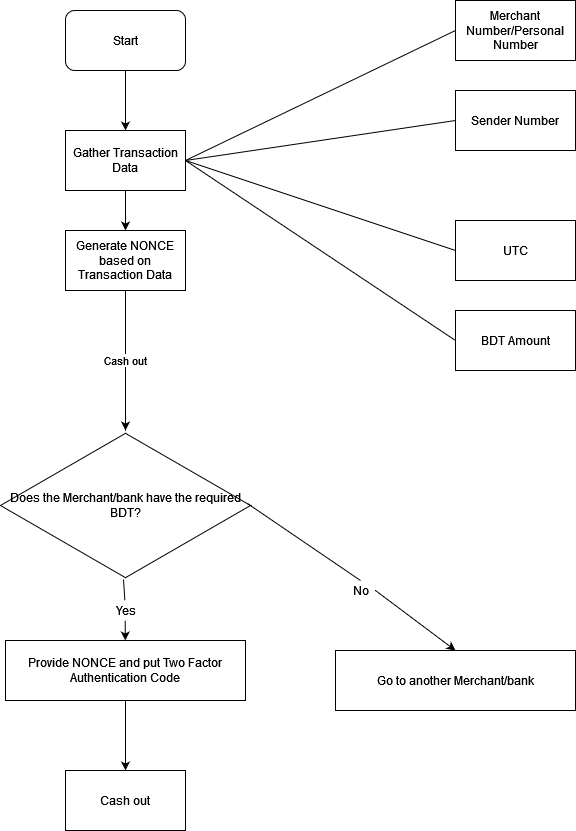
Above: Untitled Diagram.drawio.png in showrav-ansary/SnowBlock (draw.io), before the change. Source tidied: cells renumbered, new cells last; positions are measured from the earlier drawing's top-left corner, leaving out a move shared by most shapes.
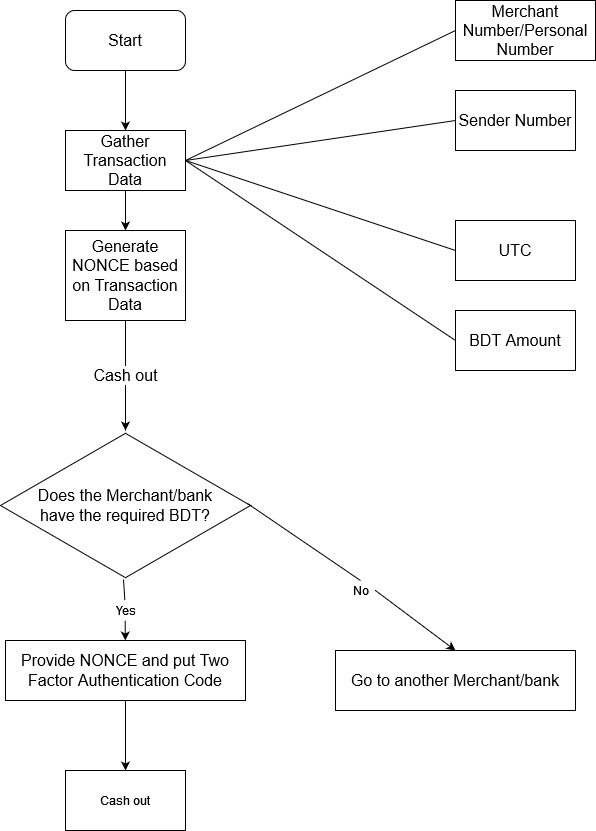
The same file after the commit.

What changed in the source:
```diff
@@ -2,22 +2,22 @@
   <root>
     <mxCell id="0" />
     <mxCell id="1" parent="0" />
-    <mxCell id="2" value="Start" style="rounded=1;whiteSpace=wrap;html=1;" parent="1" vertex="1">
+    <mxCell id="2" value="&lt;font style=&quot;font-size: 16px&quot;&gt;Start&lt;/font&gt;" style="rounded=1;whiteSpace=wrap;html=1;" parent="1" vertex="1">
       <mxGeometry x="65" y="10" width="120" height="60" as="geometry" />
     </mxCell>
-    <mxCell id="3" value="&lt;div&gt;Generate NONCE based on Transaction Data&lt;br&gt;&lt;/div&gt;" style="rounded=0;whiteSpace=wrap;html=1;" parent="1" vertex="1">
-      <mxGeometry x="65" y="230" width="120" height="60" as="geometry" />
+    <mxCell id="3" value="&lt;div style=&quot;font-size: 16px&quot;&gt;Generate NONCE based on Transaction Data&lt;br&gt;&lt;/div&gt;" style="rounded=0;whiteSpace=wrap;html=1;" parent="1" vertex="1">
+      <mxGeometry x="65" y="230" width="120" height="90" as="geometry" />
     </mxCell>
-    <mxCell id="4" value="Merchant Number/Personal Number" style="rounded=0;whiteSpace=wrap;html=1;" parent="1" vertex="1">
-      <mxGeometry x="455" width="120" height="60" as="geometry" />
+    <mxCell id="4" value="&lt;font style=&quot;font-size: 16px&quot;&gt;Merchant Number/Personal Number&lt;/font&gt;" style="rounded=0;whiteSpace=wrap;html=1;" parent="1" vertex="1">
+      <mxGeometry x="455" width="140" height="60" as="geometry" />
     </mxCell>
-    <mxCell id="5" value="Sender Number" style="rounded=0;whiteSpace=wrap;html=1;" parent="1" vertex="1">
+    <mxCell id="5" value="&lt;font style=&quot;font-size: 16px&quot;&gt;Sender Number&lt;/font&gt;" style="rounded=0;whiteSpace=wrap;html=1;" parent="1" vertex="1">
       <mxGeometry x="455" y="90" width="120" height="60" as="geometry" />
     </mxCell>
-    <mxCell id="6" value="BDT Amount" style="rounded=0;whiteSpace=wrap;html=1;" parent="1" vertex="1">
+    <mxCell id="6" value="&lt;font style=&quot;font-size: 16px&quot;&gt;BDT Amount&lt;/font&gt;" style="rounded=0;whiteSpace=wrap;html=1;" parent="1" vertex="1">
       <mxGeometry x="455" y="310" width="120" height="60" as="geometry" />
     </mxCell>
-    <mxCell id="7" value="Gather Transaction Data" style="rounded=0;whiteSpace=wrap;html=1;" parent="1" vertex="1">
+    <mxCell id="7" value="&lt;font style=&quot;font-size: 16px&quot;&gt;Gather Transaction Data&lt;/font&gt;" style="rounded=0;whiteSpace=wrap;html=1;" parent="1" vertex="1">
       <mxGeometry x="65" y="130" width="120" height="60" as="geometry" />
     </mxCell>
     <mxCell id="8" style="endArrow=none;html=1;rounded=0;exitX=1;exitY=0.5;exitDx=0;exitDy=0;entryX=0;entryY=0.5;entryDx=0;entryDy=0;" parent="1" edge="1" source="7" target="5">
@@ -35,13 +35,13 @@
     <mxCell id="12" style="endArrow=classic;html=1;rounded=0;exitX=0.5;exitY=1;exitDx=0;exitDy=0;entryX=0.5;entryY=0;entryDx=0;entryDy=0;" parent="1" edge="1" source="7" target="3">
       <mxGeometry relative="1" as="geometry" />
     </mxCell>
-    <mxCell id="13" value="Does the Merchant/bank have the required BDT?" style="html=1;whiteSpace=wrap;shape=isoRectangle;" parent="1" vertex="1">
+    <mxCell id="13" value="&lt;div style=&quot;font-size: 16px&quot;&gt;&lt;font style=&quot;font-size: 16px&quot;&gt;Does the Merchant/bank &lt;br&gt;&lt;/font&gt;&lt;/div&gt;&lt;div style=&quot;font-size: 16px&quot;&gt;&lt;font style=&quot;font-size: 16px&quot;&gt;have the required BDT?&lt;/font&gt;&lt;/div&gt;" style="html=1;whiteSpace=wrap;shape=isoRectangle;" parent="1" vertex="1">
       <mxGeometry y="430" width="250" height="150" as="geometry" />
     </mxCell>
-    <mxCell id="14" value="Go to another Merchant/bank" style="rounded=0;whiteSpace=wrap;html=1;" parent="1" vertex="1">
+    <mxCell id="14" value="&lt;font style=&quot;font-size: 16px&quot;&gt;Go to another Merchant/bank&lt;/font&gt;" style="rounded=0;whiteSpace=wrap;html=1;" parent="1" vertex="1">
       <mxGeometry x="335" y="650" width="240" height="60" as="geometry" />
     </mxCell>
-    <mxCell id="15" value="Provide NONCE and put Two Factor Authentication Code" style="rounded=0;whiteSpace=wrap;html=1;" parent="1" vertex="1">
+    <mxCell id="15" value="&lt;font style=&quot;font-size: 16px&quot;&gt;Provide NONCE and put Two Factor Authentication Code&lt;/font&gt;" style="rounded=0;whiteSpace=wrap;html=1;" parent="1" vertex="1">
       <mxGeometry x="5" y="640" width="240" height="60" as="geometry" />
     </mxCell>
     <mxCell id="16" style="endArrow=classic;html=1;rounded=0;exitX=0.492;exitY=0.993;exitDx=0;exitDy=0;exitPerimeter=0;startArrow=none;" parent="1" edge="1" source="22" target="15">
@@ -50,7 +50,7 @@
     <mxCell id="17" style="endArrow=classic;html=1;rounded=0;exitX=0.988;exitY=0.487;exitDx=0;exitDy=0;exitPerimeter=0;entryX=0.5;entryY=0;entryDx=0;entryDy=0;startArrow=none;" parent="1" edge="1" source="20" target="14">
       <mxGeometry relative="1" as="geometry" />
     </mxCell>
-    <mxCell id="18" value="UTC" style="rounded=0;whiteSpace=wrap;html=1;" parent="1" vertex="1">
+    <mxCell id="18" value="&lt;font style=&quot;font-size: 16px&quot;&gt;UTC&lt;/font&gt;" style="rounded=0;whiteSpace=wrap;html=1;" parent="1" vertex="1">
       <mxGeometry x="455" y="220" width="120" height="60" as="geometry" />
     </mxCell>
     <mxCell id="19" value="Cash out" style="rounded=0;whiteSpace=wrap;html=1;" parent="1" vertex="1">
@@ -74,7 +74,7 @@
     <mxCell id="25" style="endArrow=classic;html=1;rounded=0;exitX=0.5;exitY=1;exitDx=0;exitDy=0;entryX=0.5;entryY=0;entryDx=0;entryDy=0;" parent="1" edge="1" source="15" target="19">
       <mxGeometry relative="1" as="geometry" />
     </mxCell>
-    <mxCell id="26" value="Cash out" style="endArrow=classic;html=1;rounded=0;exitX=0.5;exitY=1;exitDx=0;exitDy=0;entryX=0.5;entryY=0;entryDx=0;entryDy=0;entryPerimeter=0;" parent="1" edge="1" source="3" target="13">
+    <mxCell id="26" value="&lt;font style=&quot;font-size: 16px&quot;&gt;Cash out&lt;/font&gt;" style="endArrow=classic;html=1;rounded=0;exitX=0.5;exitY=1;exitDx=0;exitDy=0;entryX=0.5;entryY=0;entryDx=0;entryDy=0;entryPerimeter=0;" parent="1" edge="1" source="3" target="13">
       <mxGeometry relative="1" as="geometry" />
     </mxCell>
   </root>
```
